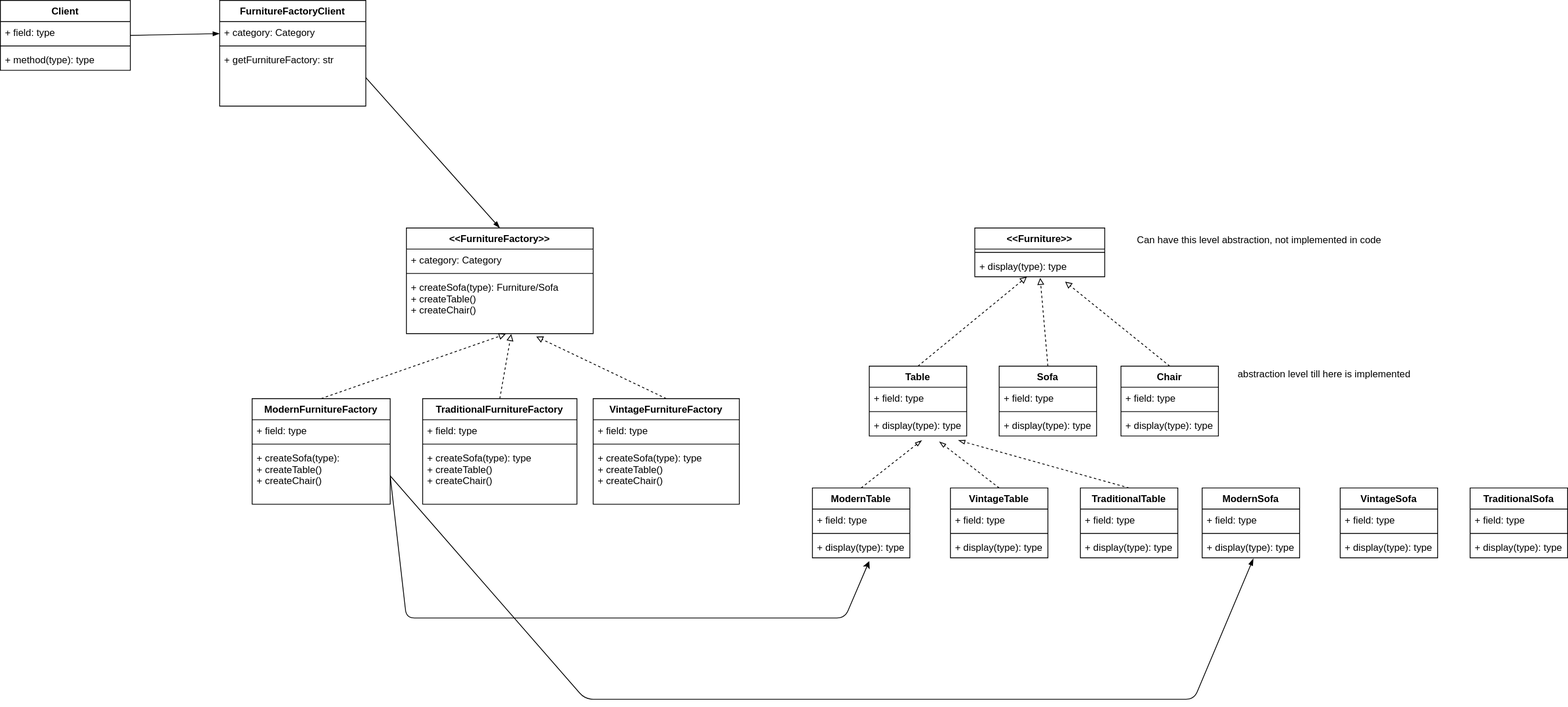
Earlier version of the draw.io export Creational/FactoryDesignPattern/abstractFactory/Simple_Furniture/simpleFurniture.drawio.svg (ShamanthKumarHP/LLD). Source tidied: cells renumbered, new cells last; positions are measured from the earlier drawing's top-left corner, leaving out a move shared by most shapes.
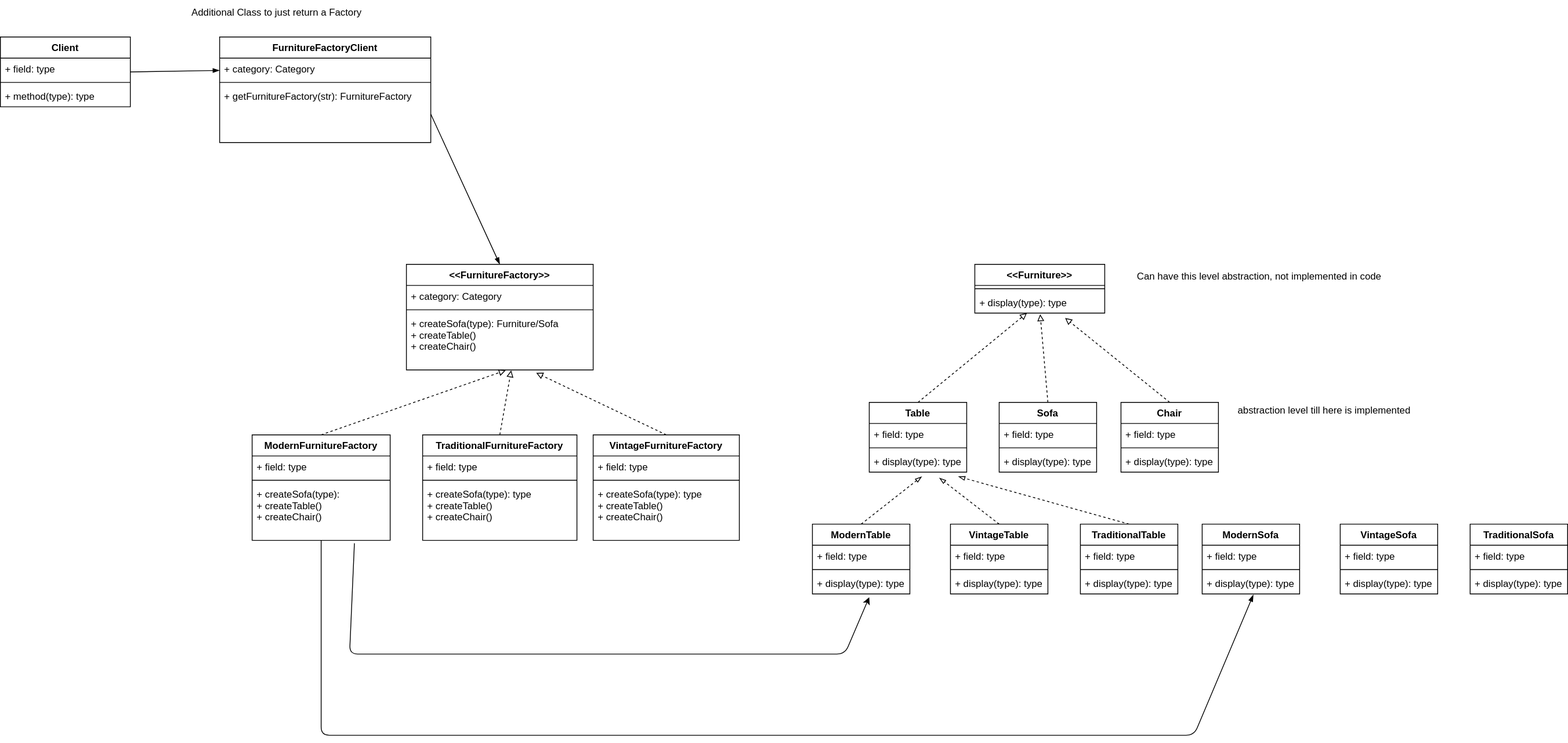
After the change.

Change to the diagram source:
```diff
@@ -197,17 +197,18 @@
     <mxCell id="66" value="+ display(type): type" style="text;strokeColor=none;fillColor=none;align=left;verticalAlign=top;spacingLeft=4;spacingRight=4;overflow=hidden;" parent="63" vertex="1">
       <mxGeometry y="60" width="120" height="26" as="geometry" />
     </mxCell>
-    <mxCell id="67" style="edgeStyle=none;html=1;exitX=1;exitY=0.5;exitDx=0;exitDy=0;entryX=0.583;entryY=1.154;entryDx=0;entryDy=0;entryPerimeter=0;" parent="1" edge="1" source="34" target="44">
+    <mxCell id="67" style="edgeStyle=none;html=1;exitX=0.741;exitY=1.051;exitDx=0;exitDy=0;entryX=0.583;entryY=1.154;entryDx=0;entryDy=0;entryPerimeter=0;exitPerimeter=0;" parent="1" edge="1" source="34" target="44">
       <mxGeometry relative="1" as="geometry">
         <Array as="points">
-          <mxPoint x="500" y="760" />
+          <mxPoint x="430" y="760" />
           <mxPoint x="1040" y="760" />
         </Array>
       </mxGeometry>
     </mxCell>
-    <mxCell id="68" style="edgeStyle=none;html=1;exitX=1;exitY=0.5;exitDx=0;exitDy=0;entryX=0.525;entryY=1.038;entryDx=0;entryDy=0;entryPerimeter=0;endArrow=blockThin;endFill=1;" parent="1" edge="1" source="34" target="58">
+    <mxCell id="68" style="edgeStyle=none;html=1;entryX=0.525;entryY=1.038;entryDx=0;entryDy=0;entryPerimeter=0;endArrow=blockThin;endFill=1;" parent="1" edge="1" source="34" target="58">
       <mxGeometry relative="1" as="geometry">
         <Array as="points">
+          <mxPoint x="395" y="860" />
           <mxPoint x="720" y="860" />
           <mxPoint x="1070" y="860" />
           <mxPoint x="1470" y="860" />
@@ -215,16 +216,16 @@
       </mxGeometry>
     </mxCell>
     <mxCell id="69" value="FurnitureFactoryClient" style="swimlane;fontStyle=1;align=center;verticalAlign=top;horizontal=1;startSize=26;" parent="1" vertex="1">
-      <mxGeometry x="270" width="180" height="130" as="geometry" />
+      <mxGeometry x="270" width="260" height="130" as="geometry" />
     </mxCell>
     <mxCell id="70" value="+ category: Category" style="text;strokeColor=none;fillColor=none;align=left;verticalAlign=top;spacingLeft=4;spacingRight=4;overflow=hidden;points=[[0,0.5],[1,0.5]];portConstraint=eastwest;" parent="69" vertex="1">
-      <mxGeometry y="26" width="180" height="26" as="geometry" />
+      <mxGeometry y="26" width="260" height="26" as="geometry" />
     </mxCell>
     <mxCell id="71" style="line;strokeWidth=1;fillColor=none;align=left;verticalAlign=middle;spacingTop=-1;spacingLeft=3;spacingRight=3;labelPosition=right;strokeColor=inherit;" parent="69" vertex="1">
-      <mxGeometry y="52" width="180" height="8" as="geometry" />
+      <mxGeometry y="52" width="260" height="8" as="geometry" />
     </mxCell>
-    <mxCell id="72" value="+ getFurnitureFactory: str" style="text;strokeColor=none;fillColor=none;align=left;verticalAlign=top;spacingLeft=4;spacingRight=4;overflow=hidden;points=[[0,0.5],[1,0.5]];portConstraint=eastwest;" parent="69" vertex="1">
-      <mxGeometry y="60" width="180" height="70" as="geometry" />
+    <mxCell id="72" value="+ getFurnitureFactory(str): FurnitureFactory" style="text;strokeColor=none;fillColor=none;align=left;verticalAlign=top;spacingLeft=4;spacingRight=4;overflow=hidden;points=[[0,0.5],[1,0.5]];portConstraint=eastwest;" parent="69" vertex="1">
+      <mxGeometry y="60" width="260" height="70" as="geometry" />
     </mxCell>
     <mxCell id="73" style="edgeStyle=none;html=1;exitX=1;exitY=0.5;exitDx=0;exitDy=0;entryX=0.5;entryY=0;entryDx=0;entryDy=0;endArrow=blockThin;endFill=1;" parent="1" edge="1" source="72" target="21">
       <mxGeometry relative="1" as="geometry" />
@@ -247,5 +248,8 @@
     <mxCell id="79" value="abstraction level till here is implemented" style="text;html=1;align=center;verticalAlign=middle;strokeColor=none;fillColor=none;" parent="1" vertex="1">
       <mxGeometry x="1510" y="445" width="240" height="30" as="geometry" />
     </mxCell>
+    <mxCell id="80" value="Additional Class to just return a Factory" style="text;html=1;align=center;verticalAlign=middle;strokeColor=none;fillColor=none;" parent="1" vertex="1">
+      <mxGeometry x="225" y="-45" width="230" height="30" as="geometry" />
+    </mxCell>
   </root>
 </mxGraphModel>
```
